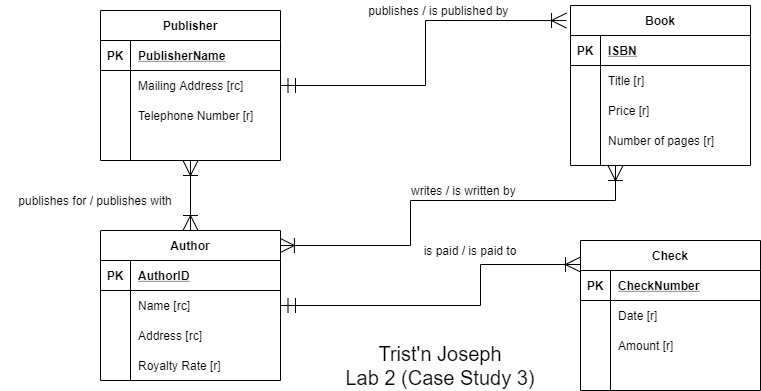
The draw.io diagram Lab 2/Lab 02 - Conceptual Modeling (Case study 3).png in trisxcj1/SyracuseUniversity_IST659, before a commit. Source tidied: cells renumbered, new cells last; positions are measured from the earlier drawing's top-left corner, leaving out a move shared by most shapes.
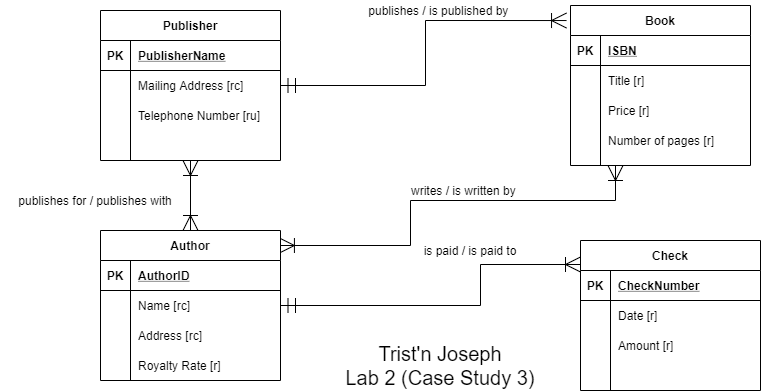
The same file after the commit.

The edit, as a diff of the source:
```diff
@@ -32,7 +32,7 @@
     <mxCell id="11" style="shape=partialRectangle;fillColor=none;top=0;left=0;bottom=0;right=0;overflow=hidden;" parent="10" vertex="1">
       <mxGeometry width="30" height="30" as="geometry" />
     </mxCell>
-    <mxCell id="12" value="Telephone Number [r]" style="shape=partialRectangle;fillColor=none;top=0;left=0;bottom=0;right=0;align=left;spacingLeft=6;overflow=hidden;" parent="10" vertex="1">
+    <mxCell id="12" value="Telephone Number [ru]" style="shape=partialRectangle;fillColor=none;top=0;left=0;bottom=0;right=0;align=left;spacingLeft=6;overflow=hidden;" parent="10" vertex="1">
       <mxGeometry x="30" width="150" height="30" as="geometry" />
     </mxCell>
     <mxCell id="13" style="shape=partialRectangle;fillColor=none;top=0;left=0;bottom=0;right=0;points=[[0,0.5],[1,0.5]];portConstraint=eastwest;" parent="3" vertex="1">
```
